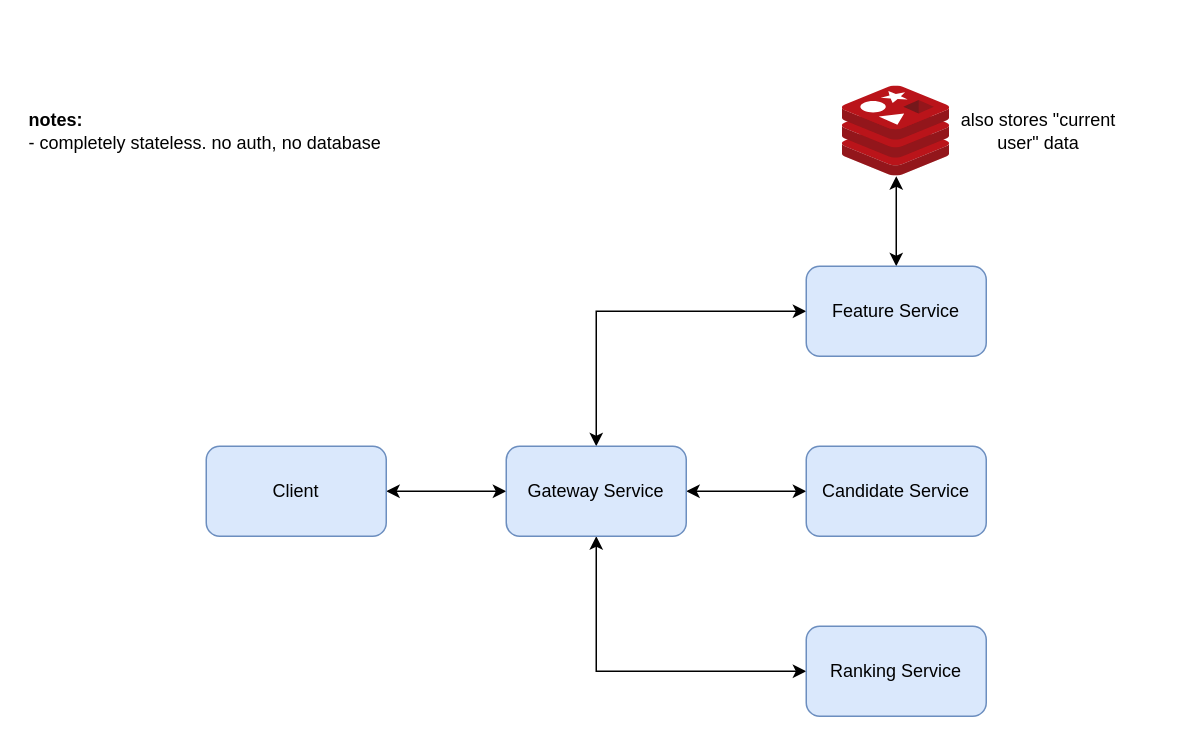
Earlier version of the draw.io diagram docs/mvp-microservices.drawio (AshkanArabim/movie-recommender). Source tidied: cells renumbered, new cells numbered last; positions are measured from the earlier drawing's top-left corner, leaving out a move shared by most shapes. Both pictures are drawn from the tidied source at 150%, with x=0, y=0 at pixel (26, 26).
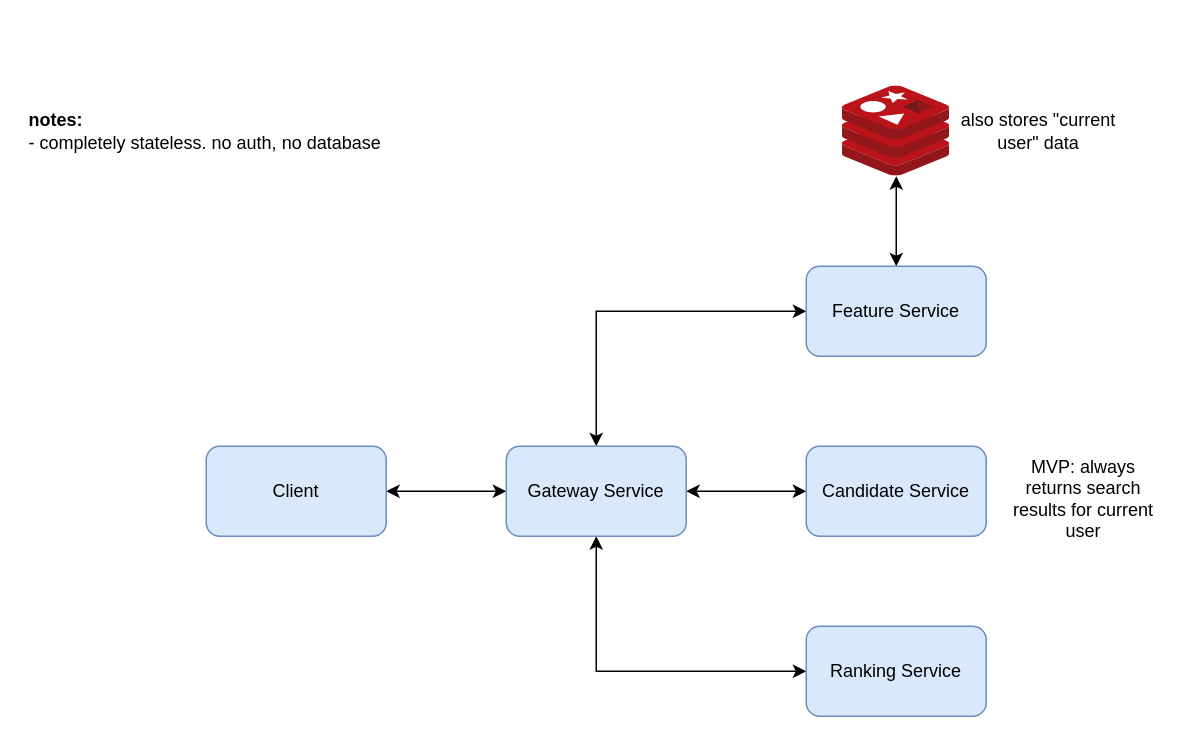
The same page after the edit.

What changed in the source:
```diff
@@
 <mxGraphModel>
   <root>
     <mxCell id="0" />
     <mxCell id="1" parent="0" />
     <mxCell id="2" style="edgeStyle=orthogonalEdgeStyle;rounded=0;jettySize=auto;html=1;startArrow=classic;startFill=1;" parent="1" edge="1" source="4" target="10">
       <mxGeometry relative="1" as="geometry" />
     </mxCell>
     <mxCell id="3" style="edgeStyle=orthogonalEdgeStyle;rounded=0;jettySize=auto;html=1;startArrow=classic;startFill=1;" parent="1" edge="1" source="4" target="12">
       <mxGeometry relative="1" as="geometry" />
     </mxCell>
     <mxCell id="4" value="Feature Service" style="rounded=1;whiteSpace=wrap;html=1;fillColor=#dae8fc;strokeColor=#6c8ebf;" parent="1" vertex="1">
       <mxGeometry x="520" y="160" width="120" height="60" as="geometry" />
     </mxCell>
     <mxCell id="5" style="edgeStyle=orthogonalEdgeStyle;rounded=0;jettySize=auto;html=1;startArrow=classic;startFill=1;" parent="1" edge="1" source="6" target="10">
       <mxGeometry relative="1" as="geometry" />
     </mxCell>
     <mxCell id="6" value="Candidate Service" style="rounded=1;whiteSpace=wrap;html=1;fillColor=#dae8fc;strokeColor=#6c8ebf;" parent="1" vertex="1">
       <mxGeometry x="520" y="280" width="120" height="60" as="geometry" />
     </mxCell>
     <mxCell id="7" style="edgeStyle=orthogonalEdgeStyle;rounded=0;jettySize=auto;html=1;startArrow=classic;startFill=1;" parent="1" edge="1" source="8" target="10">
       <mxGeometry relative="1" as="geometry" />
     </mxCell>
     <mxCell id="8" value="Ranking Service" style="rounded=1;whiteSpace=wrap;html=1;fillColor=#dae8fc;strokeColor=#6c8ebf;" parent="1" vertex="1">
       <mxGeometry x="520" y="400" width="120" height="60" as="geometry" />
     </mxCell>
     <mxCell id="9" style="edgeStyle=orthogonalEdgeStyle;rounded=0;jettySize=auto;html=1;startArrow=classic;startFill=1;" parent="1" edge="1" source="10" target="11">
       <mxGeometry relative="1" as="geometry" />
     </mxCell>
     <mxCell id="10" value="Gateway S&lt;span style=&quot;background-color: transparent; color: light-dark(rgb(0, 0, 0), rgb(255, 255, 255));&quot;&gt;ervice&lt;/span&gt;" style="rounded=1;whiteSpace=wrap;html=1;fillColor=#dae8fc;strokeColor=#6c8ebf;" parent="1" vertex="1">
       <mxGeometry x="320" y="280" width="120" height="60" as="geometry" />
     </mxCell>
     <mxCell id="11" value="Client" style="rounded=1;whiteSpace=wrap;html=1;fillColor=#dae8fc;strokeColor=#6c8ebf;" parent="1" vertex="1">
       <mxGeometry x="120" y="280" width="120" height="60" as="geometry" />
     </mxCell>
     <mxCell id="12" style="image;sketch=0;html=1;points=[];align=center;fontSize=12;image=img/lib/mscae/Cache_Redis_Product.svg;" parent="1" vertex="1">
       <mxGeometry x="544.3" y="40" width="71.4" height="60" as="geometry" />
     </mxCell>
     <mxCell id="13" value="also stores &quot;current user&quot; data" style="text;html=1;whiteSpace=wrap;strokeColor=none;fillColor=none;align=center;verticalAlign=middle;rounded=0;" parent="1" vertex="1">
       <mxGeometry x="620" y="35" width="110" height="70" as="geometry" />
     </mxCell>
     <mxCell id="14" value="&lt;div&gt;&lt;b&gt;notes:&lt;/b&gt;&lt;/div&gt;- completely stateless. no auth, no database" style="text;html=1;whiteSpace=wrap;strokeColor=none;fillColor=none;align=left;verticalAlign=middle;rounded=0;" parent="1" vertex="1">
       <mxGeometry width="290" height="140" as="geometry" />
     </mxCell>
+    <mxCell id="15" value="MVP: always returns search results for current user" style="text;html=1;whiteSpace=wrap;strokeColor=none;fillColor=none;align=center;verticalAlign=middle;rounded=0;" parent="1" vertex="1">
+      <mxGeometry x="650" y="280" width="110" height="70" as="geometry" />
+    </mxCell>
   </root>
 </mxGraphModel>
```
